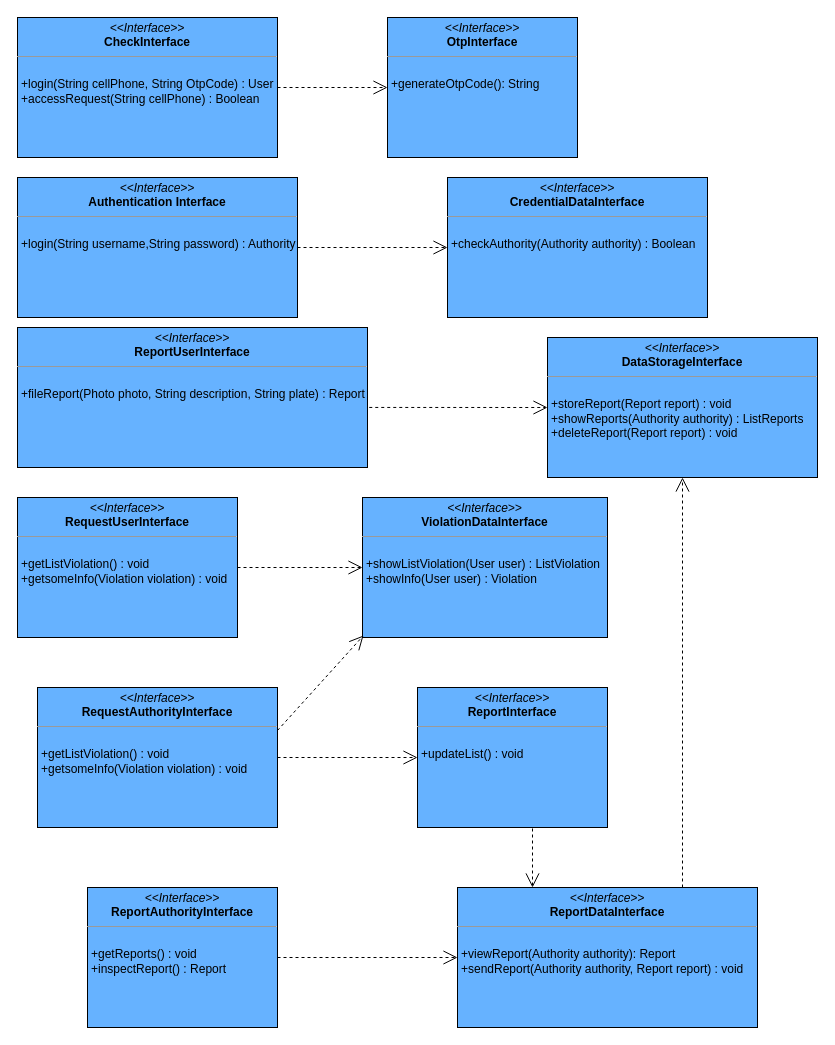
Danielededo/CuzzucoliDeDominicis keeps this draw.io diagram as DD/Files/Models/ComponentInterfaces.drawio. Above is the earlier version. Source tidied: cells renumbered, new cells numbered last; positions are measured from the earlier drawing's top-left corner, leaving out a move shared by most shapes. Both pictures are drawn from the tidied source at 100%, with x=0, y=0 at pixel (17, 17).
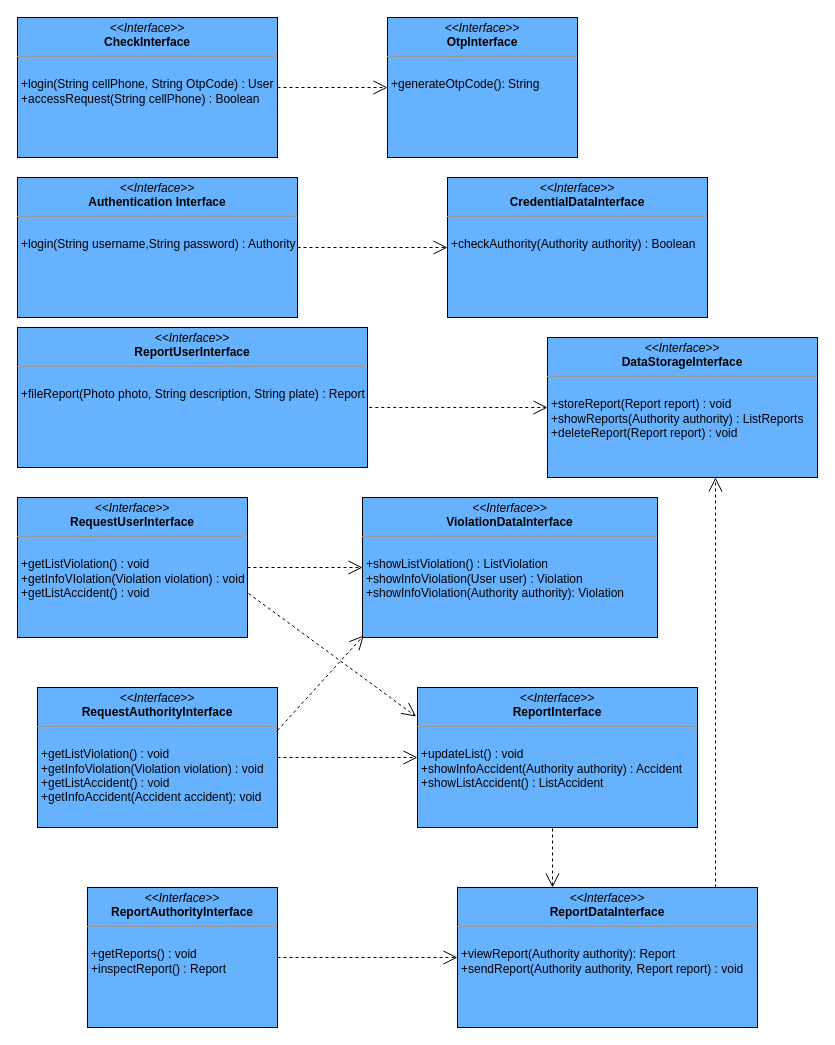
Above is the later version.

The change refers to these unchanged cells:
```xml
<mxCell id="5" value="&lt;p style=&quot;margin: 0px ; margin-top: 4px ; text-align: center&quot;&gt;&lt;i&gt;&amp;lt;&amp;lt;Interface&amp;gt;&amp;gt;&lt;/i&gt;&lt;br&gt;&lt;b&gt;DataStorageInterface&lt;/b&gt;&lt;/p&gt;&lt;hr size=&quot;1&quot;&gt;&lt;br&gt;&lt;p style=&quot;margin: 0px ; margin-left: 4px&quot;&gt;+storeReport(Report report) : void&lt;br&gt;+showReports(Authority authority) : ListReports&lt;/p&gt;&lt;p style=&quot;margin: 0px ; margin-left: 4px&quot;&gt;+deleteReport(Report report) : void&lt;br&gt;&lt;/p&gt;" style="verticalAlign=top;align=left;overflow=fill;fontSize=12;fontFamily=Helvetica;html=1;fillColor=#66B2FF;" parent="1" vertex="1">
  <mxGeometry x="530" y="320" width="270" height="140" as="geometry" />
</mxCell>
<mxCell id="12" value="&lt;p style=&quot;margin: 0px ; margin-top: 4px ; text-align: center&quot;&gt;&lt;i&gt;&amp;lt;&amp;lt;Interface&amp;gt;&amp;gt;&lt;/i&gt;&lt;br&gt;&lt;b&gt;ReportDataInterface&lt;/b&gt;&lt;/p&gt;&lt;hr size=&quot;1&quot;&gt;&lt;br&gt;&lt;p style=&quot;margin: 0px ; margin-left: 4px&quot;&gt;+viewReport(Authority authority): Report&lt;br&gt;+sendReport(Authority authority, Report report) : void&lt;br&gt;&lt;/p&gt;" style="verticalAlign=top;align=left;overflow=fill;fontSize=12;fontFamily=Helvetica;html=1;fillColor=#66B2FF;" parent="1" vertex="1">
  <mxGeometry x="440" y="870" width="300" height="140" as="geometry" />
</mxCell>
```

What changed in the source:
```diff
@@
-    <mxCell id="6" value="&lt;p style=&quot;margin: 0px ; margin-top: 4px ; text-align: center&quot;&gt;&lt;i&gt;&amp;lt;&amp;lt;Interface&amp;gt;&amp;gt;&lt;/i&gt;&lt;br&gt;&lt;b&gt;RequestUserInterface&lt;/b&gt;&lt;/p&gt;&lt;hr size=&quot;1&quot;&gt;&lt;br&gt;&lt;p style=&quot;margin: 0px ; margin-left: 4px&quot;&gt;+getListViolation() : void&lt;/p&gt;&lt;p style=&quot;margin: 0px ; margin-left: 4px&quot;&gt;+getsomeInfo(Violation violation) : void&lt;br&gt;&lt;/p&gt;" style="verticalAlign=top;align=left;overflow=fill;fontSize=12;fontFamily=Helvetica;html=1;fillColor=#66B2FF;" parent="1" vertex="1">
-      <mxGeometry y="480" width="220" height="140" as="geometry" />
+    <mxCell id="6" value="&lt;p style=&quot;margin: 0px ; margin-top: 4px ; text-align: center&quot;&gt;&lt;i&gt;&amp;lt;&amp;lt;Interface&amp;gt;&amp;gt;&lt;/i&gt;&lt;br&gt;&lt;b&gt;RequestUserInterface&lt;/b&gt;&lt;/p&gt;&lt;hr size=&quot;1&quot;&gt;&lt;br&gt;&lt;p style=&quot;margin: 0px ; margin-left: 4px&quot;&gt;+getListViolation() : void&lt;/p&gt;&lt;p style=&quot;margin: 0px ; margin-left: 4px&quot;&gt;+getInfoVIolation(Violation violation) : void&lt;/p&gt;&lt;p style=&quot;margin: 0px ; margin-left: 4px&quot;&gt;+getListAccident() : void&lt;/p&gt;&lt;p style=&quot;margin: 0px ; margin-left: 4px&quot;&gt;&lt;br&gt;&lt;/p&gt;" style="verticalAlign=top;align=left;overflow=fill;fontSize=12;fontFamily=Helvetica;html=1;fillColor=#66B2FF;" parent="1" vertex="1">
+      <mxGeometry y="480" width="230" height="140" as="geometry" />
     </mxCell>
-    <mxCell id="7" value="&lt;p style=&quot;margin: 0px ; margin-top: 4px ; text-align: center&quot;&gt;&lt;i&gt;&amp;lt;&amp;lt;Interface&amp;gt;&amp;gt;&lt;/i&gt;&lt;br&gt;&lt;b&gt;RequestAuthorityInterface&lt;/b&gt;&lt;/p&gt;&lt;hr size=&quot;1&quot;&gt;&lt;br&gt;&lt;p style=&quot;margin: 0px ; margin-left: 4px&quot;&gt;+getListViolation() : void&lt;br&gt;+getsomeInfo(Violation violation) : void&lt;br&gt;&lt;/p&gt;" style="verticalAlign=top;align=left;overflow=fill;fontSize=12;fontFamily=Helvetica;html=1;fillColor=#66B2FF;" parent="1" vertex="1">
+    <mxCell id="7" value="&lt;p style=&quot;margin: 0px ; margin-top: 4px ; text-align: center&quot;&gt;&lt;i&gt;&amp;lt;&amp;lt;Interface&amp;gt;&amp;gt;&lt;/i&gt;&lt;br&gt;&lt;b&gt;RequestAuthorityInterface&lt;/b&gt;&lt;/p&gt;&lt;hr size=&quot;1&quot;&gt;&lt;br&gt;&lt;p style=&quot;margin: 0px ; margin-left: 4px&quot;&gt;+getListViolation() : void&lt;br&gt;+getInfoViolation(Violation violation) : void&lt;/p&gt;&lt;p style=&quot;margin: 0px ; margin-left: 4px&quot;&gt;+getListAccident() : void&lt;br&gt;&lt;/p&gt;&lt;p style=&quot;margin: 0px ; margin-left: 4px&quot;&gt;+getInfoAccident(Accident accident): void&lt;br&gt;&lt;/p&gt;" style="verticalAlign=top;align=left;overflow=fill;fontSize=12;fontFamily=Helvetica;html=1;fillColor=#66B2FF;" parent="1" vertex="1">
       <mxGeometry x="20" y="670" width="240" height="140" as="geometry" />
     </mxCell>
@@
-    <mxCell id="10" value="&lt;p style=&quot;margin: 0px ; margin-top: 4px ; text-align: center&quot;&gt;&lt;i&gt;&amp;lt;&amp;lt;Interface&amp;gt;&amp;gt;&lt;/i&gt;&lt;br&gt;&lt;b&gt;ReportInterface&lt;/b&gt;&lt;/p&gt;&lt;hr size=&quot;1&quot;&gt;&lt;br&gt;&lt;p style=&quot;margin: 0px ; margin-left: 4px&quot;&gt;+updateList() : void&lt;br&gt;&lt;/p&gt;" style="verticalAlign=top;align=left;overflow=fill;fontSize=12;fontFamily=Helvetica;html=1;fillColor=#66B2FF;" parent="1" vertex="1">
-      <mxGeometry x="400" y="670" width="190" height="140" as="geometry" />
+    <mxCell id="10" value="&lt;p style=&quot;margin: 0px ; margin-top: 4px ; text-align: center&quot;&gt;&lt;i&gt;&amp;lt;&amp;lt;Interface&amp;gt;&amp;gt;&lt;/i&gt;&lt;br&gt;&lt;b&gt;ReportInterface&lt;/b&gt;&lt;/p&gt;&lt;hr size=&quot;1&quot;&gt;&lt;br&gt;&lt;p style=&quot;margin: 0px ; margin-left: 4px&quot;&gt;+updateList() : void&lt;br&gt;+showInfoAccident(Authority authority) : Accident&lt;/p&gt;&lt;p style=&quot;margin: 0px ; margin-left: 4px&quot;&gt;+showListAccident() : ListAccident&lt;/p&gt;&lt;p style=&quot;margin: 0px ; margin-left: 4px&quot;&gt;&lt;br&gt;&lt;/p&gt;" style="verticalAlign=top;align=left;overflow=fill;fontSize=12;fontFamily=Helvetica;html=1;fillColor=#66B2FF;" parent="1" vertex="1">
+      <mxGeometry x="400" y="670" width="280" height="140" as="geometry" />
     </mxCell>
-    <mxCell id="11" value="&lt;p style=&quot;margin: 0px ; margin-top: 4px ; text-align: center&quot;&gt;&lt;i&gt;&amp;lt;&amp;lt;Interface&amp;gt;&amp;gt;&lt;/i&gt;&lt;br&gt;&lt;b&gt;ViolationDataInterface&lt;/b&gt;&lt;/p&gt;&lt;hr size=&quot;1&quot;&gt;&lt;br&gt;&lt;p style=&quot;margin: 0px ; margin-left: 4px&quot;&gt;+showListViolation(User user) : ListViolation&lt;br&gt;+showInfo(User user) : Violation&lt;br&gt;&lt;/p&gt;" style="verticalAlign=top;align=left;overflow=fill;fontSize=12;fontFamily=Helvetica;html=1;fillColor=#66B2FF;" parent="1" vertex="1">
-      <mxGeometry x="345" y="480" width="245" height="140" as="geometry" />
+    <mxCell id="11" value="&lt;p style=&quot;margin: 0px ; margin-top: 4px ; text-align: center&quot;&gt;&lt;i&gt;&amp;lt;&amp;lt;Interface&amp;gt;&amp;gt;&lt;/i&gt;&lt;br&gt;&lt;b&gt;ViolationDataInterface&lt;/b&gt;&lt;/p&gt;&lt;hr size=&quot;1&quot;&gt;&lt;br&gt;&lt;p style=&quot;margin: 0px ; margin-left: 4px&quot;&gt;+showListViolation() : ListViolation&lt;br&gt;+showInfoViolation(User user) : Violation&lt;/p&gt;&lt;p style=&quot;margin: 0px ; margin-left: 4px&quot;&gt;+showInfoViolation(Authority authority): Violation&lt;br&gt;&lt;/p&gt;&lt;p style=&quot;margin: 0px ; margin-left: 4px&quot;&gt;&lt;br&gt;&lt;/p&gt;&lt;div&gt;&lt;br&gt;&lt;/div&gt;&lt;div&gt;&lt;br&gt;&lt;/div&gt;" style="verticalAlign=top;align=left;overflow=fill;fontSize=12;fontFamily=Helvetica;html=1;fillColor=#66B2FF;" parent="1" vertex="1">
+      <mxGeometry x="345" y="480" width="295" height="140" as="geometry" />
     </mxCell>
@@
-    <mxCell id="20" style="endArrow=open;endSize=12;dashed=1;html=1;exitX=0.75;exitY=0;exitDx=0;exitDy=0;entryX=0.5;entryY=1;entryDx=0;entryDy=0;" parent="1" edge="1" source="12" target="5">
-      <mxGeometry relative="1" as="geometry" />
+    <mxCell id="20" style="endArrow=open;endSize=12;dashed=1;html=1;exitX=0.75;exitY=0;exitDx=0;exitDy=0;entryX=0.5;entryY=1;entryDx=0;entryDy=0;" parent="1" edge="1">
+      <mxGeometry relative="1" as="geometry">
+        <mxPoint x="698" y="870" as="sourcePoint" />
+        <mxPoint x="698" y="460" as="targetPoint" />
+      </mxGeometry>
     </mxCell>
-    <mxCell id="21" style="endArrow=open;endSize=12;dashed=1;html=1;entryX=0.25;entryY=0;entryDx=0;entryDy=0;" parent="1" edge="1" target="12">
+    <mxCell id="21" style="endArrow=open;endSize=12;dashed=1;html=1;entryX=0.25;entryY=0;entryDx=0;entryDy=0;" parent="1" edge="1">
       <mxGeometry relative="1" as="geometry">
-        <mxPoint x="515" y="811" as="sourcePoint" />
+        <mxPoint x="535" y="811" as="sourcePoint" />
+        <mxPoint x="535" y="870" as="targetPoint" />
       </mxGeometry>
     </mxCell>
@@
+    <mxCell id="23" style="endArrow=open;endSize=12;dashed=1;html=1;entryX=-0.005;entryY=0.207;entryDx=0;entryDy=0;exitX=1.005;exitY=0.686;exitDx=0;exitDy=0;exitPerimeter=0;entryPerimeter=0;" parent="1" edge="1" source="6" target="10">
+      <mxGeometry relative="1" as="geometry" />
+    </mxCell>
```
